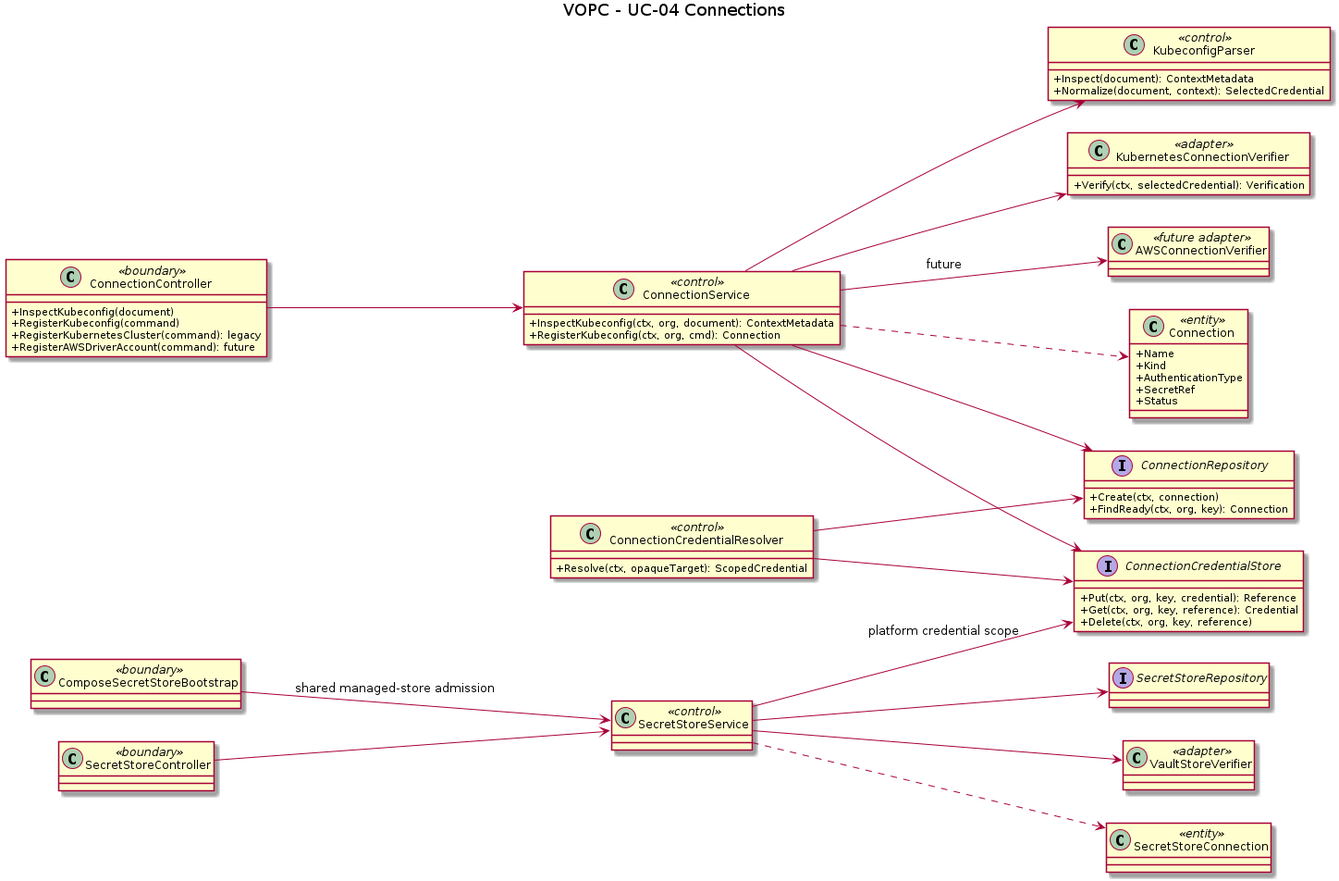
Earlier version of the PlantUML export orchestrator_docs/usecase/UC-04/vopc.png (pr3s3nt/poc). Its source is kept beside it as orchestrator_docs/usecase/UC-04/vopc.puml.
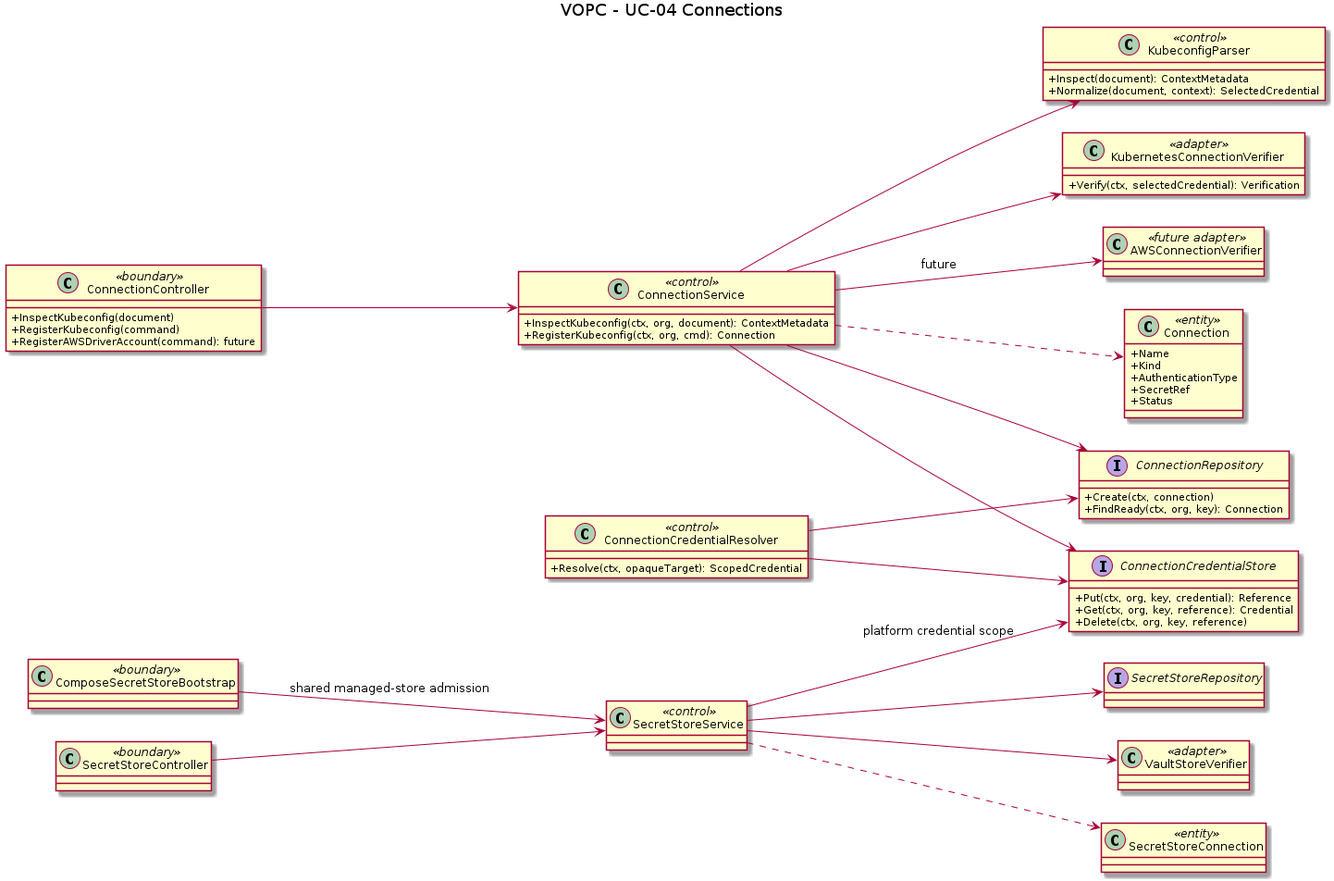
The same diagram one commit later.

Diff of the diagram source:
```diff
@@ -5,7 +5,6 @@
 class ConnectionController <<boundary>> {
   +InspectKubeconfig(document)
   +RegisterKubeconfig(command)
-  +RegisterKubernetesCluster(command): legacy
   +RegisterAWSDriverAccount(command): future
 }
 class ConnectionService <<control>> {
```
